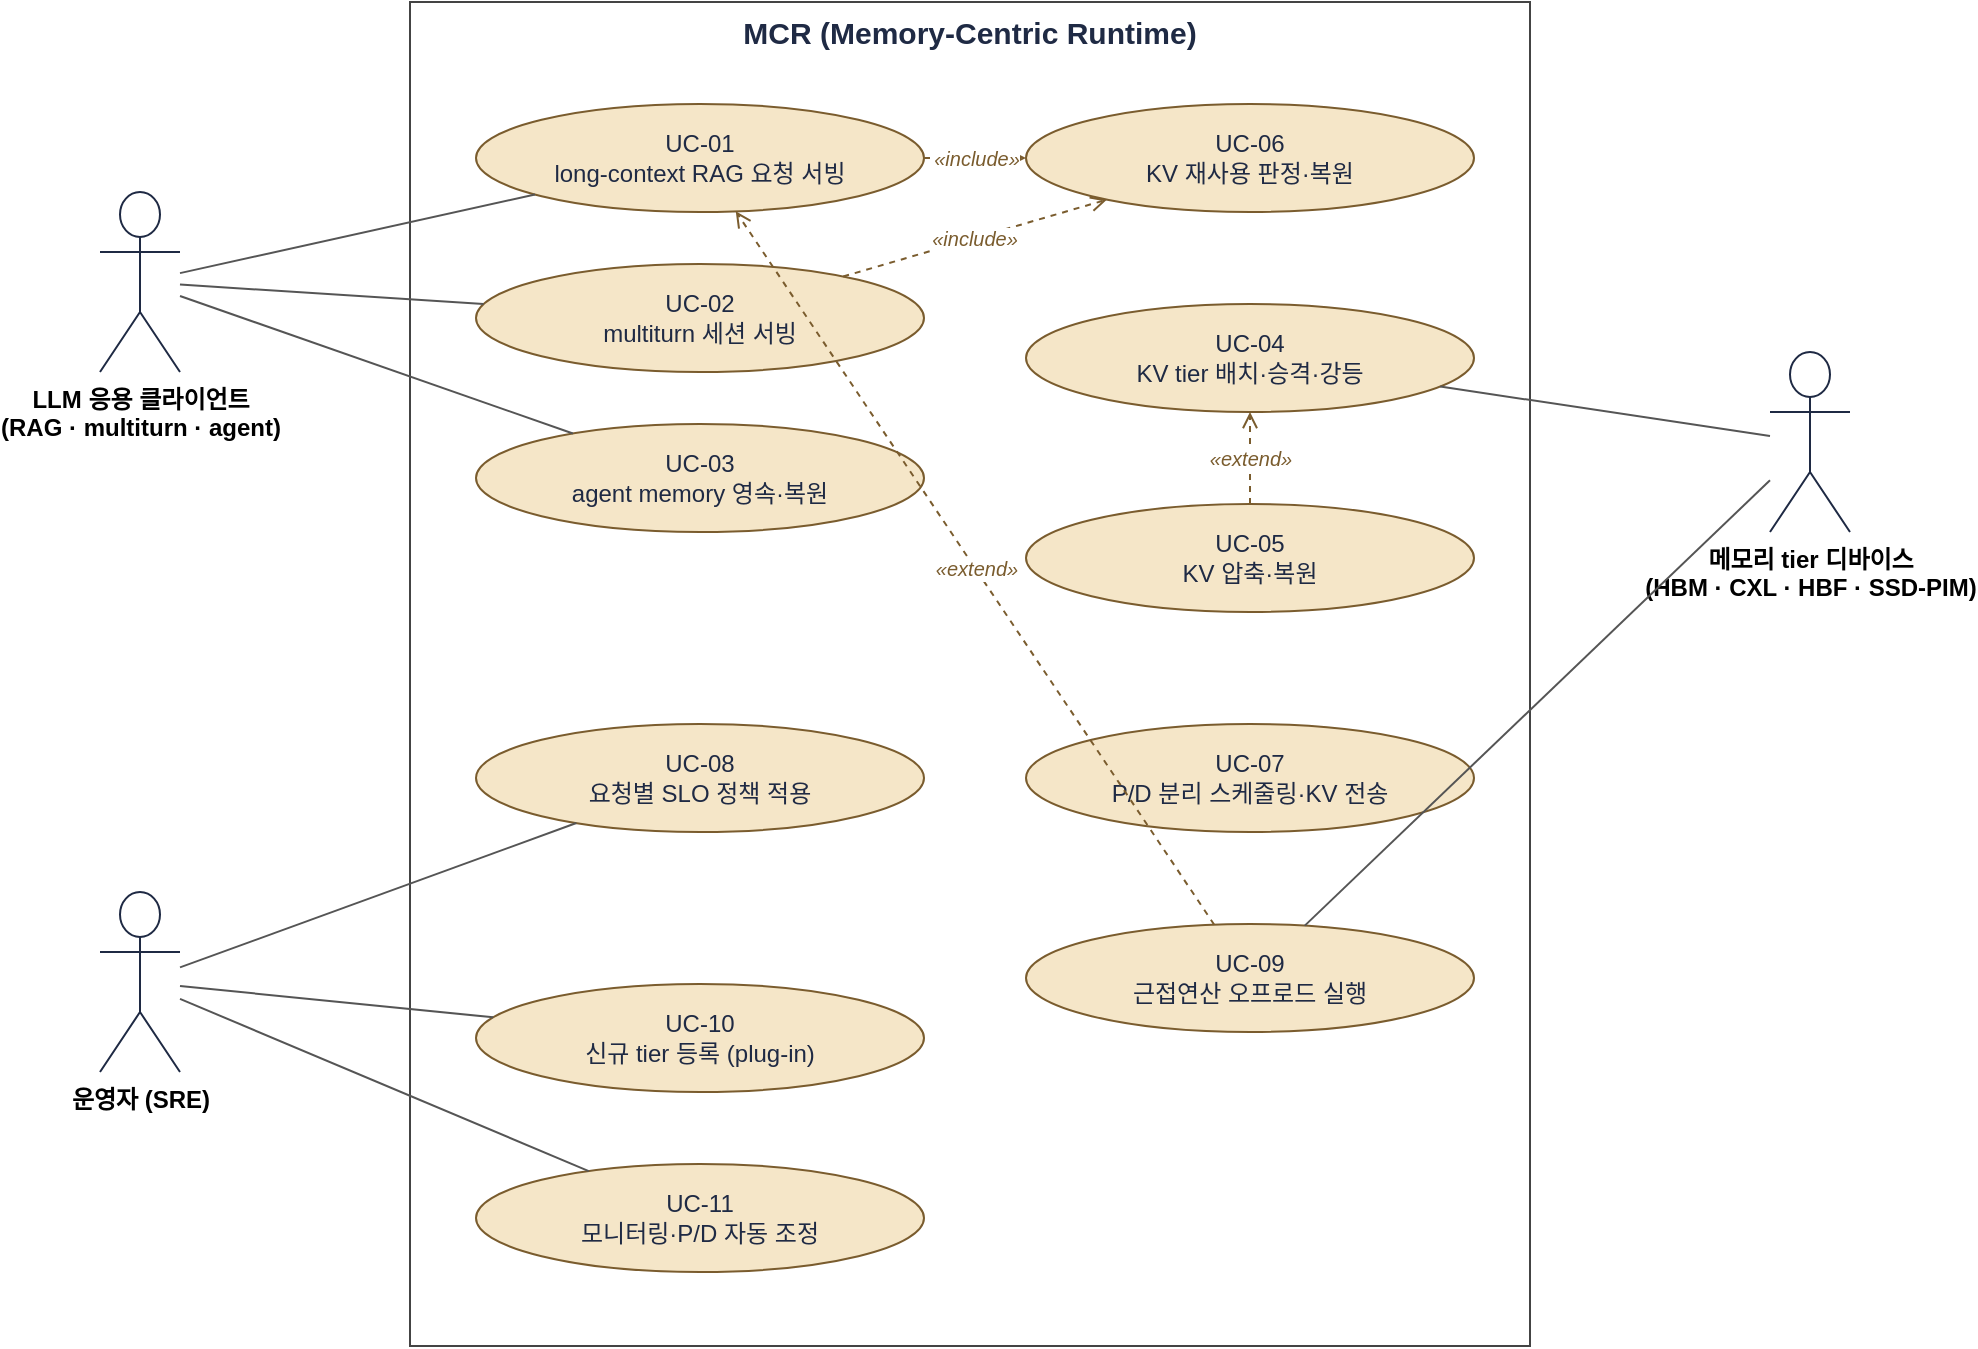
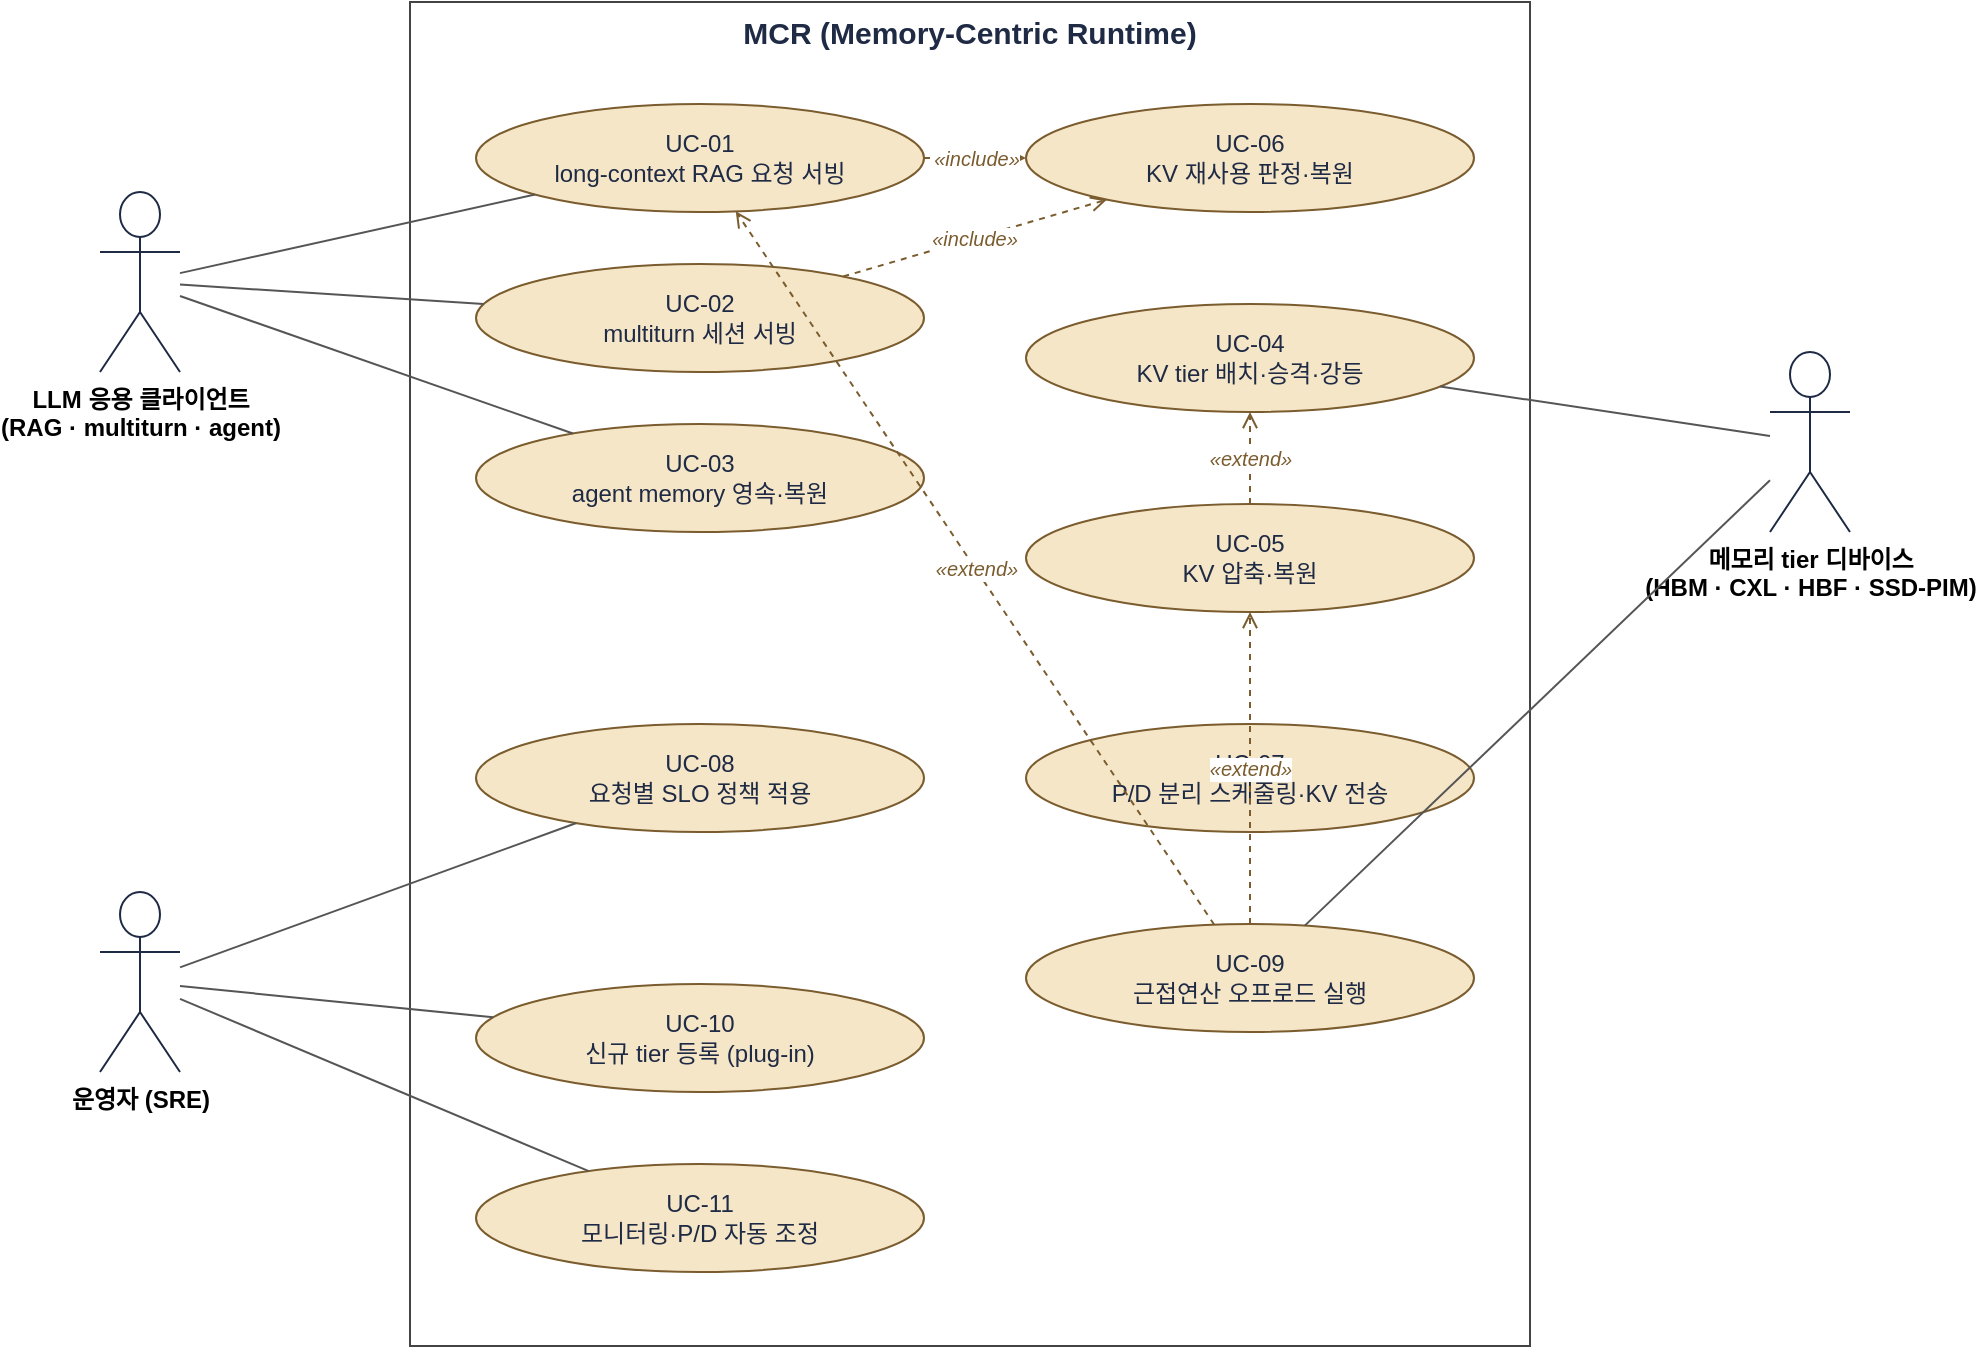
<mxfile host="app.diagrams.net" agent="architect-requirements" version="24.0.0">
  <diagram id="req-usecase-mcr" name="MCR Use Case">
    <mxGraphModel dx="1200" dy="800" grid="1" gridSize="10" guides="1" tooltips="1" connect="1" arrows="1" fold="1" page="1" pageScale="1" pageWidth="1080" pageHeight="760" math="0" shadow="0">
      <root>
        <mxCell id="0"/>
        <mxCell id="1" parent="0"/>

        <mxCell id="sys" value="MCR (Memory-Centric Runtime)" style="rounded=0;fillColor=none;strokeColor=#444444;verticalAlign=top;fontSize=15;fontStyle=1;fontColor=#1F2A44;" vertex="1" parent="1">
          <mxGeometry x="255" y="42" width="560" height="672" as="geometry"/>
        </mxCell>

        <mxCell id="actClient" value="LLM 응용 클라이언트&#10;(RAG · multiturn · agent)" style="shape=umlActor;verticalLabelPosition=bottom;verticalAlign=top;html=1;strokeColor=#1F2A44;fontSize=12;fontStyle=1;" vertex="1" parent="1">
          <mxGeometry x="100" y="137" width="40" height="90" as="geometry"/>
        </mxCell>
        <mxCell id="actOps" value="운영자 (SRE)" style="shape=umlActor;verticalLabelPosition=bottom;verticalAlign=top;html=1;strokeColor=#1F2A44;fontSize=12;fontStyle=1;" vertex="1" parent="1">
          <mxGeometry x="100" y="487" width="40" height="90" as="geometry"/>
        </mxCell>
        <mxCell id="actDev" value="메모리 tier 디바이스&#10;(HBM · CXL · HBF · SSD-PIM)" style="shape=umlActor;verticalLabelPosition=bottom;verticalAlign=top;html=1;strokeColor=#1F2A44;fontSize=12;fontStyle=1;" vertex="1" parent="1">
          <mxGeometry x="935" y="217" width="40" height="90" as="geometry"/>
        </mxCell>

        <mxCell id="uc01" value="UC-01&#10;long-context RAG 요청 서빙" style="ellipse;whiteSpace=wrap;html=1;fillColor=#F5E6C8;strokeColor=#7A5C2E;fontSize=12;fontColor=#1F2A44;" vertex="1" parent="1">
          <mxGeometry x="288" y="93" width="224" height="54" as="geometry"/>
        </mxCell>
        <mxCell id="uc02" value="UC-02&#10;multiturn 세션 서빙" style="ellipse;whiteSpace=wrap;html=1;fillColor=#F5E6C8;strokeColor=#7A5C2E;fontSize=12;fontColor=#1F2A44;" vertex="1" parent="1">
          <mxGeometry x="288" y="173" width="224" height="54" as="geometry"/>
        </mxCell>
        <mxCell id="uc03" value="UC-03&#10;agent memory 영속·복원" style="ellipse;whiteSpace=wrap;html=1;fillColor=#F5E6C8;strokeColor=#7A5C2E;fontSize=12;fontColor=#1F2A44;" vertex="1" parent="1">
          <mxGeometry x="288" y="253" width="224" height="54" as="geometry"/>
        </mxCell>
        <mxCell id="uc08" value="UC-08&#10;요청별 SLO 정책 적용" style="ellipse;whiteSpace=wrap;html=1;fillColor=#F5E6C8;strokeColor=#7A5C2E;fontSize=12;fontColor=#1F2A44;" vertex="1" parent="1">
          <mxGeometry x="288" y="403" width="224" height="54" as="geometry"/>
        </mxCell>
        <mxCell id="uc10" value="UC-10&#10;신규 tier 등록 (plug-in)" style="ellipse;whiteSpace=wrap;html=1;fillColor=#F5E6C8;strokeColor=#7A5C2E;fontSize=12;fontColor=#1F2A44;" vertex="1" parent="1">
          <mxGeometry x="288" y="533" width="224" height="54" as="geometry"/>
        </mxCell>
        <mxCell id="uc11" value="UC-11&#10;모니터링·P/D 자동 조정" style="ellipse;whiteSpace=wrap;html=1;fillColor=#F5E6C8;strokeColor=#7A5C2E;fontSize=12;fontColor=#1F2A44;" vertex="1" parent="1">
          <mxGeometry x="288" y="623" width="224" height="54" as="geometry"/>
        </mxCell>

        <mxCell id="uc06" value="UC-06&#10;KV 재사용 판정·복원" style="ellipse;whiteSpace=wrap;html=1;fillColor=#F5E6C8;strokeColor=#7A5C2E;fontSize=12;fontColor=#1F2A44;" vertex="1" parent="1">
          <mxGeometry x="563" y="93" width="224" height="54" as="geometry"/>
        </mxCell>
        <mxCell id="uc04" value="UC-04&#10;KV tier 배치·승격·강등" style="ellipse;whiteSpace=wrap;html=1;fillColor=#F5E6C8;strokeColor=#7A5C2E;fontSize=12;fontColor=#1F2A44;" vertex="1" parent="1">
          <mxGeometry x="563" y="193" width="224" height="54" as="geometry"/>
        </mxCell>
        <mxCell id="uc05" value="UC-05&#10;KV 압축·복원" style="ellipse;whiteSpace=wrap;html=1;fillColor=#F5E6C8;strokeColor=#7A5C2E;fontSize=12;fontColor=#1F2A44;" vertex="1" parent="1">
          <mxGeometry x="563" y="293" width="224" height="54" as="geometry"/>
        </mxCell>
        <mxCell id="uc07" value="UC-07&#10;P/D 분리 스케줄링·KV 전송" style="ellipse;whiteSpace=wrap;html=1;fillColor=#F5E6C8;strokeColor=#7A5C2E;fontSize=12;fontColor=#1F2A44;" vertex="1" parent="1">
          <mxGeometry x="563" y="403" width="224" height="54" as="geometry"/>
        </mxCell>
        <mxCell id="uc09" value="UC-09&#10;근접연산 오프로드 실행" style="ellipse;whiteSpace=wrap;html=1;fillColor=#F5E6C8;strokeColor=#7A5C2E;fontSize=12;fontColor=#1F2A44;" vertex="1" parent="1">
          <mxGeometry x="563" y="503" width="224" height="54" as="geometry"/>
        </mxCell>

        <mxCell id="a1" style="endArrow=none;html=1;strokeColor=#555555;" edge="1" parent="1" source="actClient" target="uc01"><mxGeometry relative="1" as="geometry"/></mxCell>
        <mxCell id="a2" style="endArrow=none;html=1;strokeColor=#555555;" edge="1" parent="1" source="actClient" target="uc02"><mxGeometry relative="1" as="geometry"/></mxCell>
        <mxCell id="a3" style="endArrow=none;html=1;strokeColor=#555555;" edge="1" parent="1" source="actClient" target="uc03"><mxGeometry relative="1" as="geometry"/></mxCell>
        <mxCell id="a4" style="endArrow=none;html=1;strokeColor=#555555;" edge="1" parent="1" source="actOps" target="uc08"><mxGeometry relative="1" as="geometry"/></mxCell>
        <mxCell id="a5" style="endArrow=none;html=1;strokeColor=#555555;" edge="1" parent="1" source="actOps" target="uc10"><mxGeometry relative="1" as="geometry"/></mxCell>
        <mxCell id="a7" style="endArrow=none;html=1;strokeColor=#555555;" edge="1" parent="1" source="uc04" target="actDev"><mxGeometry relative="1" as="geometry"/></mxCell>
        <mxCell id="a8" style="endArrow=none;html=1;strokeColor=#555555;" edge="1" parent="1" source="uc09" target="actDev"><mxGeometry relative="1" as="geometry"/></mxCell>

        <mxCell id="a10" style="endArrow=none;html=1;strokeColor=#555555;" edge="1" parent="1" source="actOps" target="uc11"><mxGeometry relative="1" as="geometry"/></mxCell>

        <mxCell id="d1" value="&#171;include&#187;" style="endArrow=open;dashed=1;html=1;strokeColor=#7A5C2E;fontSize=10;fontStyle=2;fontColor=#7A5C2E;" edge="1" parent="1" source="uc01" target="uc06"><mxGeometry relative="1" as="geometry"/></mxCell>
        <mxCell id="d2" value="&#171;include&#187;" style="endArrow=open;dashed=1;html=1;strokeColor=#7A5C2E;fontSize=10;fontStyle=2;fontColor=#7A5C2E;" edge="1" parent="1" source="uc02" target="uc06"><mxGeometry relative="1" as="geometry"/></mxCell>
        <mxCell id="d3" value="&#171;extend&#187;" style="endArrow=open;dashed=1;html=1;strokeColor=#7A5C2E;fontSize=10;fontStyle=2;fontColor=#7A5C2E;" edge="1" parent="1" source="uc05" target="uc04"><mxGeometry relative="1" as="geometry"/></mxCell>
        <mxCell id="d4" value="&#171;extend&#187;" style="endArrow=open;dashed=1;html=1;strokeColor=#7A5C2E;fontSize=10;fontStyle=2;fontColor=#7A5C2E;" edge="1" parent="1" source="uc09" target="uc01"><mxGeometry relative="1" as="geometry"/></mxCell>
+         <mxCell id="d5" value="&#171;extend&#187;" style="endArrow=open;dashed=1;html=1;strokeColor=#7A5C2E;fontSize=10;fontStyle=2;fontColor=#7A5C2E;" edge="1" parent="1" source="uc09" target="uc05"><mxGeometry relative="1" as="geometry"/></mxCell>
      </root>
    </mxGraphModel>
  </diagram>
</mxfile>
